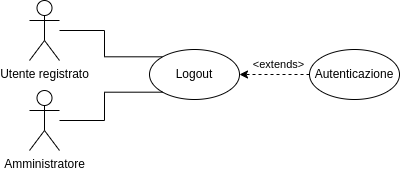
T45-IS-UNITN/Documentazione keeps this draw.io diagram as D2/media/rf6.png. Above is the earlier version. Source tidied: cells renumbered, new cells last; positions are measured from the earlier drawing's top-left corner, leaving out a move shared by most shapes.
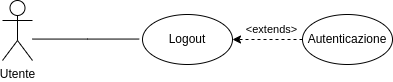
After the change.

Diff of the diagram source:
```diff
@@ -2,11 +2,15 @@
   <root>
     <mxCell id="0" />
     <mxCell id="1" value="rf6" parent="0" />
-    <mxCell id="2" style="edgeStyle=orthogonalEdgeStyle;rounded=0;jumpStyle=none;jettySize=auto;html=1;entryX=0;entryY=0;entryDx=0;entryDy=0;fontSize=11;startArrow=none;startFill=0;endArrow=none;endFill=0;" parent="1" edge="1" source="3" target="4">
-      <mxGeometry relative="1" as="geometry" />
+    <mxCell id="2" style="edgeStyle=orthogonalEdgeStyle;rounded=0;jumpStyle=none;jettySize=auto;html=1;entryX=-0.037;entryY=0.491;entryDx=0;entryDy=0;fontSize=11;startArrow=none;startFill=0;endArrow=none;endFill=0;entryPerimeter=0;" parent="1" edge="1" source="3" target="4">
+      <mxGeometry relative="1" as="geometry">
+        <Array as="points">
+          <mxPoint x="65" y="74" />
+        </Array>
+      </mxGeometry>
     </mxCell>
-    <mxCell id="3" value="Utente registrato" style="shape=umlActor;verticalLabelPosition=bottom;verticalAlign=top;html=1;outlineConnect=0;" parent="1" vertex="1">
-      <mxGeometry width="30" height="60" as="geometry" />
+    <mxCell id="3" value="Utente" style="shape=umlActor;verticalLabelPosition=bottom;verticalAlign=top;html=1;outlineConnect=0;" parent="1" vertex="1">
+      <mxGeometry x="-20" y="35" width="30" height="60" as="geometry" />
     </mxCell>
     <mxCell id="4" value="Logout" style="ellipse;whiteSpace=wrap;html=1;" parent="1" vertex="1">
       <mxGeometry x="120" y="49" width="90" height="50" as="geometry" />
@@ -22,11 +26,5 @@
     <mxCell id="7" value="Autenticazione" style="ellipse;whiteSpace=wrap;html=1;" parent="1" vertex="1">
       <mxGeometry x="280" y="49" width="90" height="50" as="geometry" />
     </mxCell>
-    <mxCell id="8" style="edgeStyle=orthogonalEdgeStyle;rounded=0;jumpStyle=none;jettySize=auto;html=1;entryX=0;entryY=1;entryDx=0;entryDy=0;fontSize=11;startArrow=none;startFill=0;endArrow=none;endFill=0;" parent="1" edge="1" source="9" target="4">
-      <mxGeometry relative="1" as="geometry" />
-    </mxCell>
-    <mxCell id="9" value="Amministratore" style="shape=umlActor;verticalLabelPosition=bottom;verticalAlign=top;html=1;outlineConnect=0;" parent="1" vertex="1">
-      <mxGeometry y="90" width="30" height="60" as="geometry" />
-    </mxCell>
   </root>
 </mxGraphModel>
```
